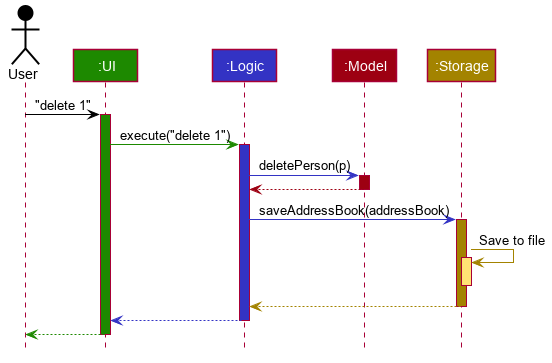
nus-cs2103-AY1920S2/addressbook-level3 keeps this PlantUML diagram as docs/images/ArchitectureSequenceDiagram.png. Above is the earlier version.
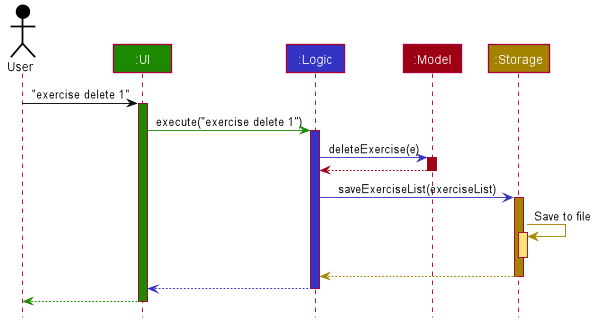
After the change.

Commit message:
Update new UML diagram png (#80)

Diff of the diagram source:
```diff
@@ -54,19 +54,19 @@
 Participant ":Model" as model #9D0012
 Participant ":Storage" as storage #A38300
 
-user -[#000000]> ui : "delete 1"
+user -[#000000]> ui : "exercise delete 1"
 activate ui #1D8900
 
-ui -[#1D8900]> logic : execute("delete 1")
+ui -[#1D8900]> logic : execute("exercise delete 1")
 activate logic #3333C4
 
-logic -[#3333C4]> model : deletePerson(p)
+logic -[#3333C4]> model : deleteExercise(e)
 activate model #9D0012
 
 model -[#9D0012]-> logic
 deactivate model
 
-logic -[#3333C4]> storage : saveAddressBook(addressBook)
+logic -[#3333C4]> storage : saveExerciseList(exerciseList)
 activate storage #A38300
 
 storage -[#A38300]> storage : Save to file
```
